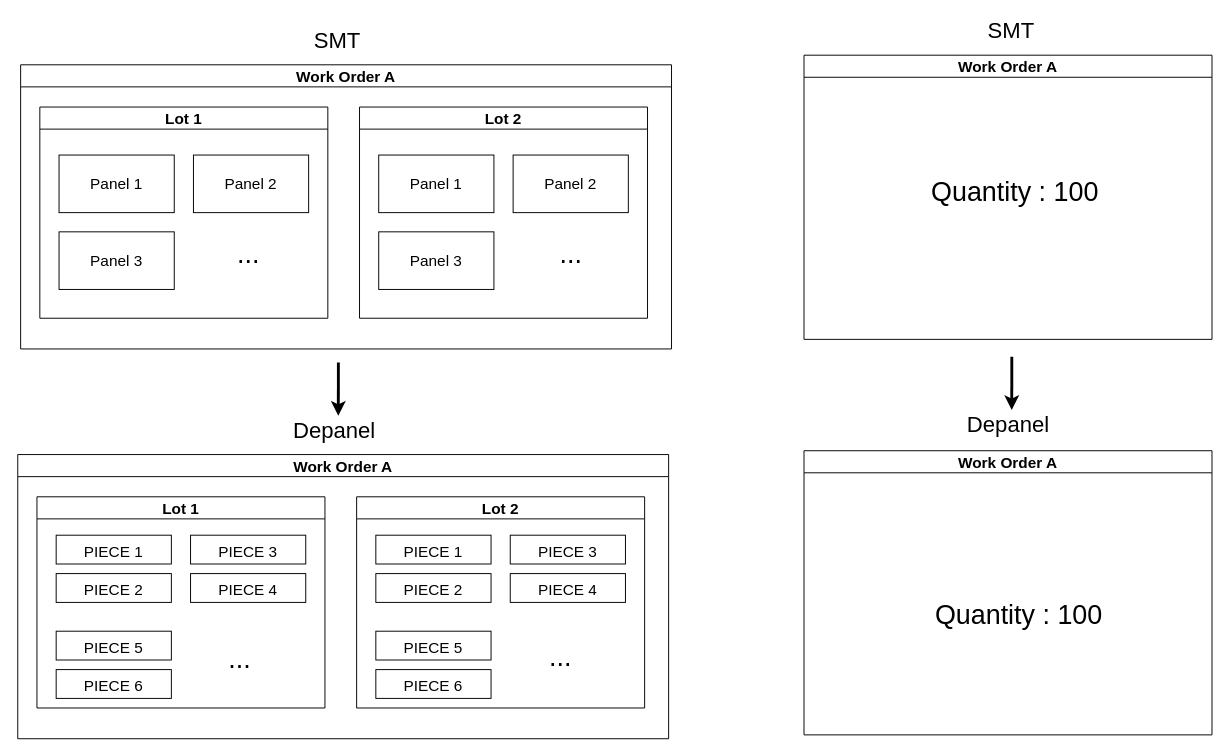
The draw.io diagram page "WO LOT PANEL PIECE" (2 of 3) of MES POC.drawio in vinceliao99/MyDiagrams, before the edit. Source tidied: cells renumbered, new cells numbered last; positions are measured from the earlier drawing's top-left corner, leaving out a move shared by most shapes. Both pictures are drawn from the tidied source at 96%, with x=0, y=0 at pixel (17, 16).
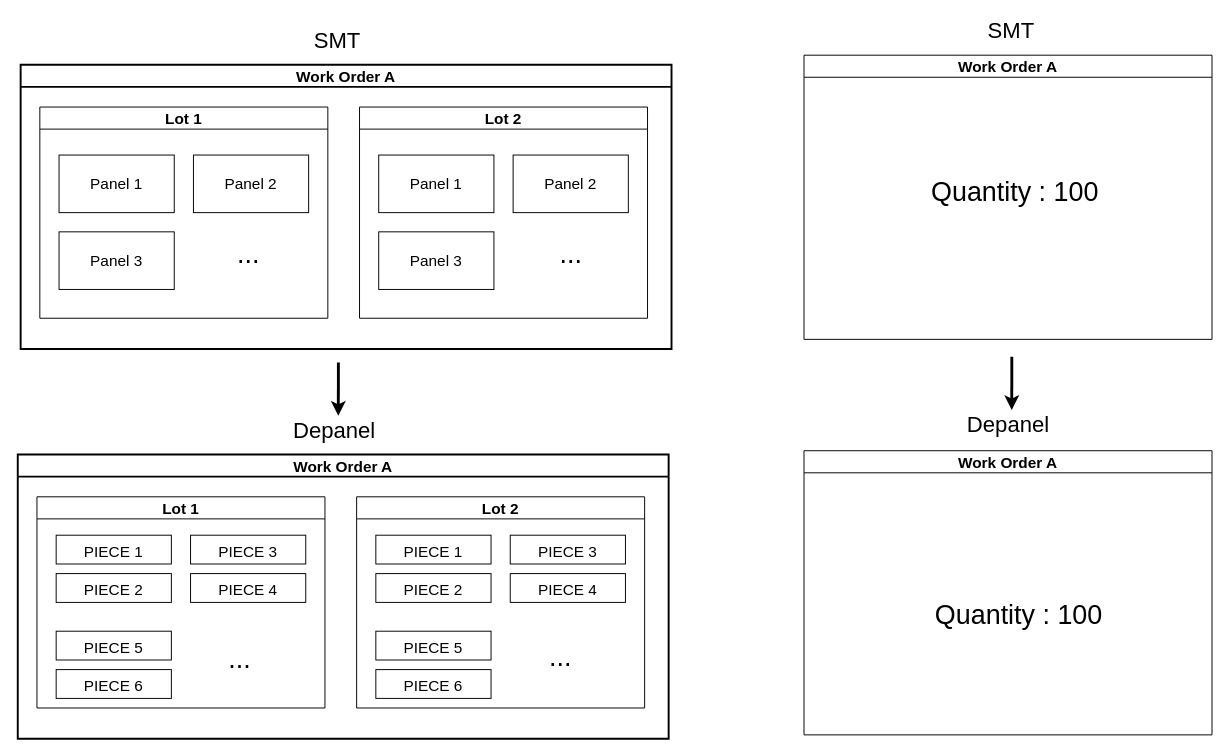
After the change.

What changed in the source:
```diff
@@
-    <mxCell id="10" value="Work Order A" style="swimlane;fontSize=16;" parent="1" vertex="1">
+    <mxCell id="10" value="Work Order A" style="swimlane;fontSize=16;strokeWidth=2;" parent="1" vertex="1">
       <mxGeometry x="3" y="50" width="678" height="296" as="geometry" />
     </mxCell>
@@
-    <mxCell id="16" value="Work Order A" style="swimlane;fontSize=16;" parent="1" vertex="1">
+    <mxCell id="16" value="Work Order A" style="swimlane;fontSize=16;strokeWidth=2;" parent="1" vertex="1">
       <mxGeometry y="456" width="678" height="296" as="geometry" />
     </mxCell>
```
